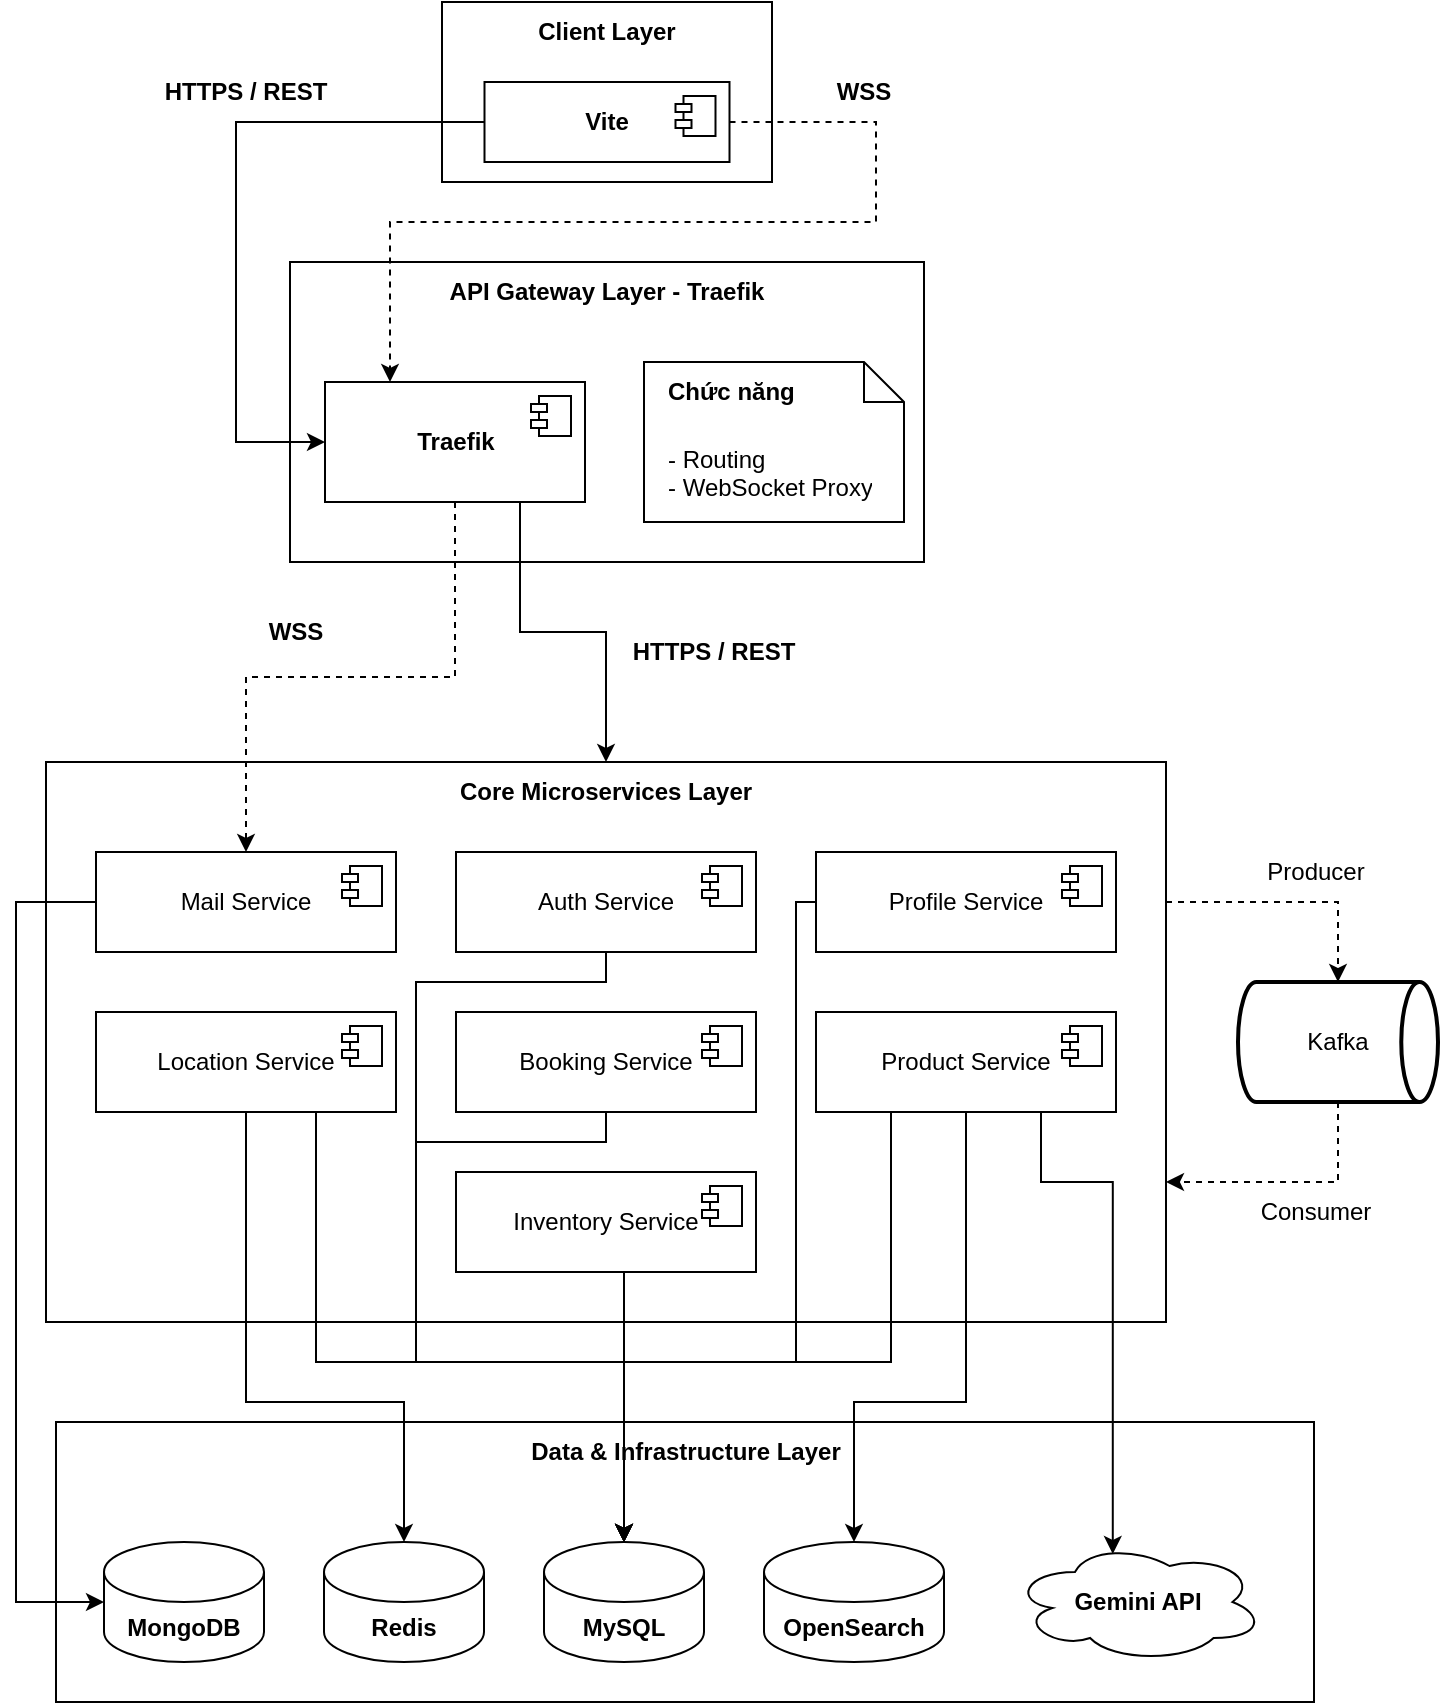
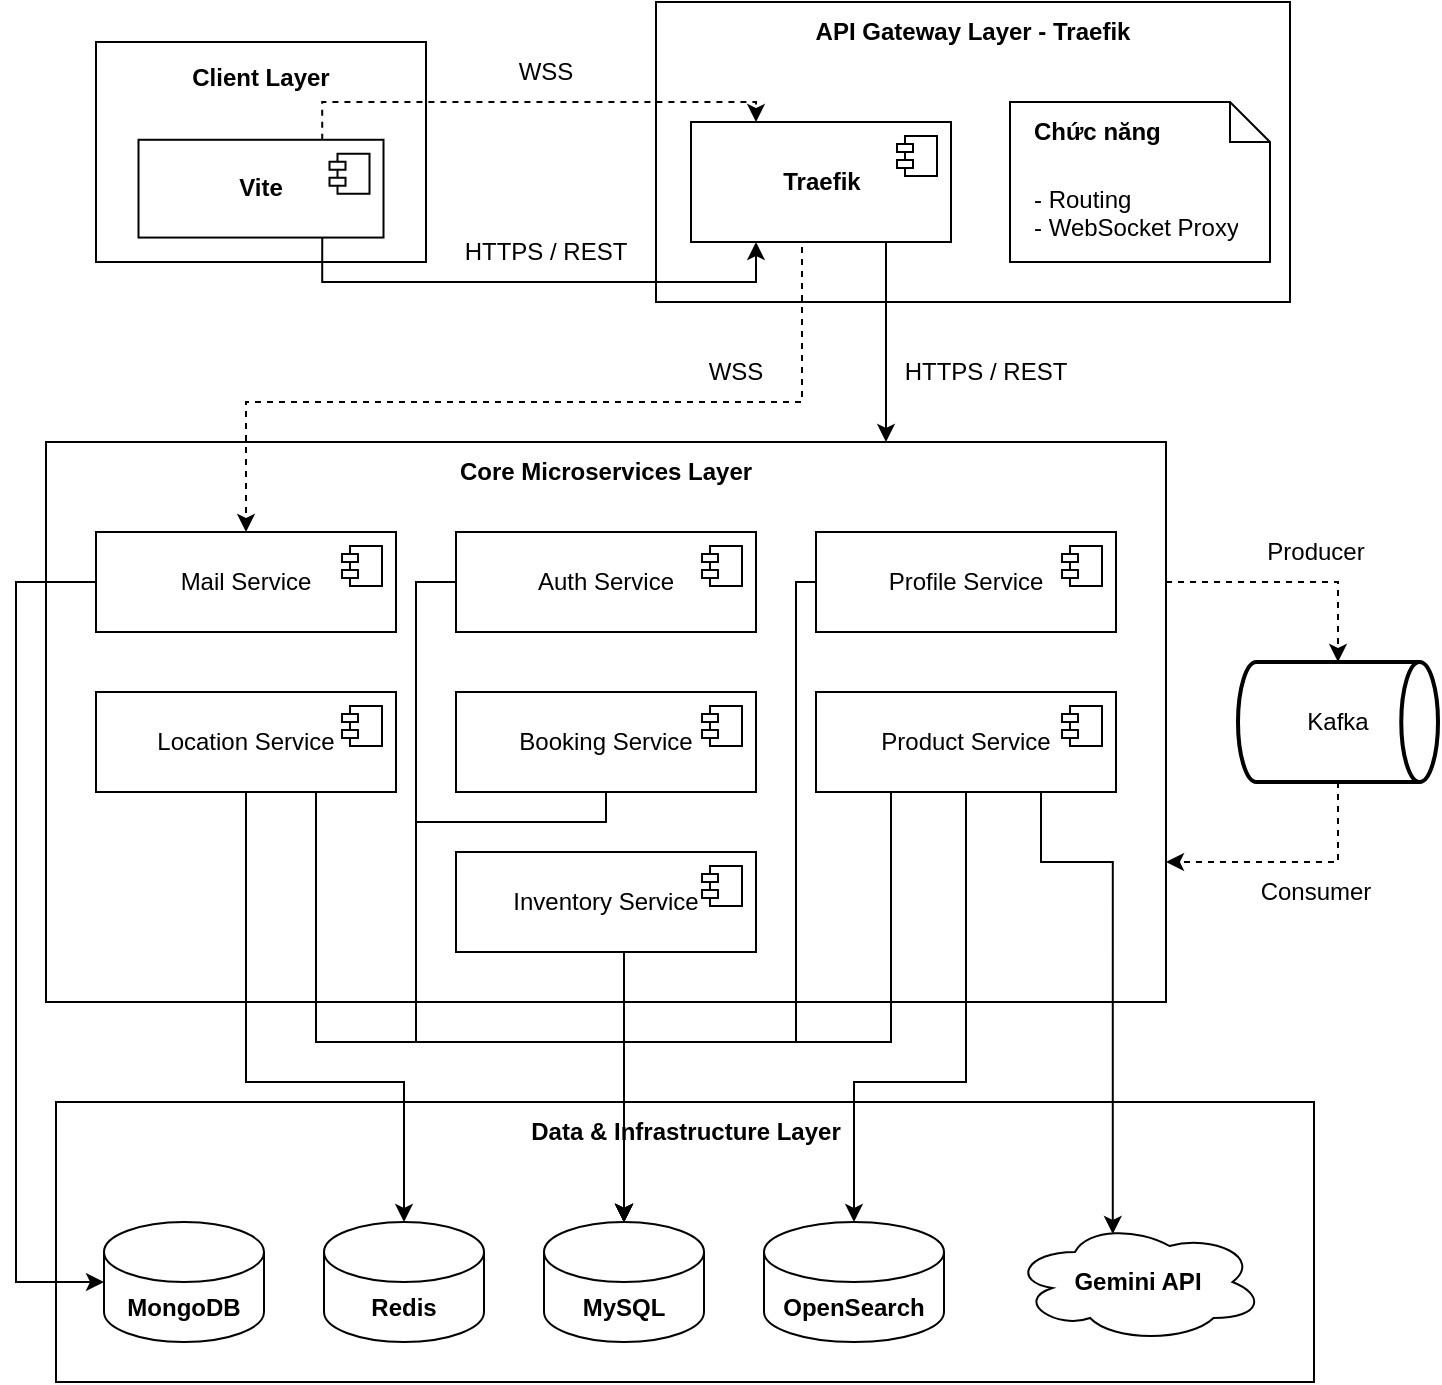
<mxfile host="app.diagrams.net">
  <diagram name="Page-1" id="1HV6nrDbPn8ue7VEjW4Q">
-     <mxGraphModel dx="1640" dy="897" grid="1" gridSize="10" guides="1" tooltips="1" connect="1" arrows="1" fold="1" page="1" pageScale="1" pageWidth="850" pageHeight="1100" math="0" shadow="0">
+     <mxGraphModel dx="1312" dy="717" grid="1" gridSize="10" guides="1" tooltips="1" connect="1" arrows="1" fold="1" page="1" pageScale="1" pageWidth="850" pageHeight="1100" math="0" shadow="0">
      <root>
        <mxCell id="0" />
        <mxCell id="1" parent="0" />
        <mxCell id="k4kWO8JlYGGEw5ssqChO-6" connectable="0" parent="1" style="group" value="" vertex="1">
-           <mxGeometry height="90" width="165" x="343" y="130" as="geometry" />
+           <mxGeometry height="110" width="165" x="170" y="310" as="geometry" />
        </mxCell>
        <mxCell id="k4kWO8JlYGGEw5ssqChO-2" parent="k4kWO8JlYGGEw5ssqChO-6" style="rounded=0;whiteSpace=wrap;html=1;" value="" vertex="1">
-           <mxGeometry height="90" width="165" as="geometry" />
+           <mxGeometry height="110.00000000000001" width="165" as="geometry" />
        </mxCell>
        <mxCell id="k4kWO8JlYGGEw5ssqChO-3" parent="k4kWO8JlYGGEw5ssqChO-6" style="text;html=1;whiteSpace=wrap;strokeColor=none;fillColor=none;align=center;verticalAlign=middle;rounded=0;fontStyle=1" value="Client Layer" vertex="1">
-           <mxGeometry height="30" width="165" as="geometry" />
+           <mxGeometry height="36.66666666666667" width="165" as="geometry" />
        </mxCell>
        <mxCell id="k4kWO8JlYGGEw5ssqChO-4" parent="k4kWO8JlYGGEw5ssqChO-6" style="html=1;dropTarget=0;whiteSpace=wrap;fontStyle=1" value="Vite" vertex="1">
-           <mxGeometry height="40" width="122.5" x="21.25" y="40" as="geometry" />
+           <mxGeometry height="48.88888888888889" width="122.5" x="21.25" y="48.88888888888889" as="geometry" />
        </mxCell>
        <mxCell id="k4kWO8JlYGGEw5ssqChO-5" parent="k4kWO8JlYGGEw5ssqChO-4" style="shape=module;jettyWidth=8;jettyHeight=4;" value="" vertex="1">
          <mxGeometry height="20" relative="1" width="20" x="1" as="geometry">
            <mxPoint x="-27" y="7" as="offset" />
          </mxGeometry>
        </mxCell>
        <mxCell id="k4kWO8JlYGGEw5ssqChO-18" connectable="0" parent="1" style="group;fontStyle=0" value="" vertex="1">
-           <mxGeometry height="150" width="317" x="267" y="260" as="geometry" />
+           <mxGeometry height="150" width="317" x="450" y="290" as="geometry" />
        </mxCell>
        <mxCell id="k4kWO8JlYGGEw5ssqChO-8" parent="k4kWO8JlYGGEw5ssqChO-18" style="rounded=0;whiteSpace=wrap;html=1;" value="" vertex="1">
          <mxGeometry height="150" width="317" as="geometry" />
        </mxCell>
        <mxCell id="k4kWO8JlYGGEw5ssqChO-9" parent="k4kWO8JlYGGEw5ssqChO-18" style="text;html=1;whiteSpace=wrap;strokeColor=none;fillColor=none;align=center;verticalAlign=middle;rounded=0;fontStyle=1" value="API Gateway Layer - Traefik" vertex="1">
          <mxGeometry height="30" width="317" as="geometry" />
        </mxCell>
        <mxCell id="k4kWO8JlYGGEw5ssqChO-10" parent="k4kWO8JlYGGEw5ssqChO-18" style="html=1;dropTarget=0;whiteSpace=wrap;fontStyle=1" value="Traefik" vertex="1">
          <mxGeometry height="60" width="130" x="17.5" y="60" as="geometry" />
        </mxCell>
        <mxCell id="k4kWO8JlYGGEw5ssqChO-11" parent="k4kWO8JlYGGEw5ssqChO-10" style="shape=module;jettyWidth=8;jettyHeight=4;" value="" vertex="1">
          <mxGeometry height="20" relative="1" width="20" x="1" as="geometry">
            <mxPoint x="-27" y="7" as="offset" />
          </mxGeometry>
        </mxCell>
        <mxCell id="k4kWO8JlYGGEw5ssqChO-17" connectable="0" parent="k4kWO8JlYGGEw5ssqChO-18" style="group" value="" vertex="1">
          <mxGeometry height="90" width="130" x="177" y="40" as="geometry" />
        </mxCell>
        <mxCell id="k4kWO8JlYGGEw5ssqChO-12" parent="k4kWO8JlYGGEw5ssqChO-17" style="shape=note;size=20;whiteSpace=wrap;html=1;" value="" vertex="1">
          <mxGeometry height="80" width="130" y="10" as="geometry" />
        </mxCell>
        <mxCell id="k4kWO8JlYGGEw5ssqChO-13" parent="k4kWO8JlYGGEw5ssqChO-17" style="text;html=1;whiteSpace=wrap;overflow=hidden;rounded=0;" value="&lt;h1 style=&quot;margin-top: 0px;&quot;&gt;&lt;font style=&quot;font-size: 12px;&quot;&gt;Chức năng&lt;/font&gt;&lt;/h1&gt;&lt;p&gt;- Routing&lt;br&gt;- WebSocket Proxy&lt;/p&gt;" vertex="1">
          <mxGeometry height="90" width="110" x="10" as="geometry" />
        </mxCell>
-         <mxCell id="k4kWO8JlYGGEw5ssqChO-19" edge="1" parent="1" source="k4kWO8JlYGGEw5ssqChO-4" style="edgeStyle=orthogonalEdgeStyle;rounded=0;orthogonalLoop=1;jettySize=auto;html=1;exitX=0;exitY=0.5;exitDx=0;exitDy=0;entryX=0;entryY=0.5;entryDx=0;entryDy=0;" target="k4kWO8JlYGGEw5ssqChO-10">
-           <mxGeometry relative="1" as="geometry">
-             <Array as="points">
-               <mxPoint x="240" y="190" />
-               <mxPoint x="240" y="350" />
-             </Array>
-           </mxGeometry>
-         </mxCell>
-         <mxCell id="k4kWO8JlYGGEw5ssqChO-20" edge="1" parent="1" source="k4kWO8JlYGGEw5ssqChO-4" style="edgeStyle=orthogonalEdgeStyle;rounded=0;orthogonalLoop=1;jettySize=auto;html=1;exitX=1;exitY=0.5;exitDx=0;exitDy=0;entryX=0.25;entryY=0;entryDx=0;entryDy=0;dashed=1;" target="k4kWO8JlYGGEw5ssqChO-10">
-           <mxGeometry relative="1" as="geometry">
-             <Array as="points">
-               <mxPoint x="560" y="190" />
-               <mxPoint x="560" y="240" />
-               <mxPoint x="317" y="240" />
-             </Array>
-           </mxGeometry>
-         </mxCell>
-         <mxCell id="k4kWO8JlYGGEw5ssqChO-21" parent="1" style="text;html=1;whiteSpace=wrap;strokeColor=none;fillColor=none;align=center;verticalAlign=middle;rounded=0;fontStyle=1" value="HTTPS / REST" vertex="1">
-           <mxGeometry height="30" width="90" x="200" y="160" as="geometry" />
-         </mxCell>
-         <mxCell id="k4kWO8JlYGGEw5ssqChO-22" parent="1" style="text;html=1;whiteSpace=wrap;strokeColor=none;fillColor=none;align=center;verticalAlign=middle;rounded=0;fontStyle=1" value="WSS" vertex="1">
-           <mxGeometry height="30" width="60" x="524" y="160" as="geometry" />
+         <mxCell id="k4kWO8JlYGGEw5ssqChO-21" parent="1" style="text;html=1;whiteSpace=wrap;strokeColor=none;fillColor=none;align=center;verticalAlign=middle;rounded=0;fontStyle=0" value="HTTPS / REST" vertex="1">
+           <mxGeometry height="30" width="90" x="350" y="400" as="geometry" />
+         </mxCell>
+         <mxCell id="k4kWO8JlYGGEw5ssqChO-22" parent="1" style="text;html=1;whiteSpace=wrap;strokeColor=none;fillColor=none;align=center;verticalAlign=middle;rounded=0;fontStyle=0" value="WSS" vertex="1">
+           <mxGeometry height="30" width="60" x="365" y="310" as="geometry" />
        </mxCell>
        <mxCell id="k4kWO8JlYGGEw5ssqChO-53" connectable="0" parent="1" style="group" value="" vertex="1">
          <mxGeometry height="280" width="560" x="145" y="510" as="geometry" />
        </mxCell>
        <mxCell id="k4kWO8JlYGGEw5ssqChO-33" parent="k4kWO8JlYGGEw5ssqChO-53" style="rounded=0;whiteSpace=wrap;html=1;" value="" vertex="1">
          <mxGeometry height="280" width="560" as="geometry" />
        </mxCell>
        <mxCell id="k4kWO8JlYGGEw5ssqChO-34" parent="k4kWO8JlYGGEw5ssqChO-53" style="text;html=1;whiteSpace=wrap;strokeColor=none;fillColor=none;align=center;verticalAlign=middle;rounded=0;fontStyle=1" value="Core Microservices Layer" vertex="1">
          <mxGeometry height="30" width="560" as="geometry" />
        </mxCell>
        <mxCell id="k4kWO8JlYGGEw5ssqChO-52" connectable="0" parent="k4kWO8JlYGGEw5ssqChO-53" style="group" value="" vertex="1">
          <mxGeometry height="210" width="510" x="25" y="45" as="geometry" />
        </mxCell>
        <mxCell id="k4kWO8JlYGGEw5ssqChO-35" parent="k4kWO8JlYGGEw5ssqChO-52" style="html=1;dropTarget=0;whiteSpace=wrap;" value="Auth Service" vertex="1">
          <mxGeometry height="50" width="150" x="180" as="geometry" />
        </mxCell>
        <mxCell id="k4kWO8JlYGGEw5ssqChO-36" parent="k4kWO8JlYGGEw5ssqChO-35" style="shape=module;jettyWidth=8;jettyHeight=4;" value="" vertex="1">
          <mxGeometry height="20" relative="1" width="20" x="1" as="geometry">
            <mxPoint x="-27" y="7" as="offset" />
          </mxGeometry>
        </mxCell>
        <mxCell id="k4kWO8JlYGGEw5ssqChO-37" parent="k4kWO8JlYGGEw5ssqChO-52" style="html=1;dropTarget=0;whiteSpace=wrap;" value="Profile Service" vertex="1">
          <mxGeometry height="50" width="150" x="360" as="geometry" />
        </mxCell>
        <mxCell id="k4kWO8JlYGGEw5ssqChO-38" parent="k4kWO8JlYGGEw5ssqChO-37" style="shape=module;jettyWidth=8;jettyHeight=4;" value="" vertex="1">
          <mxGeometry height="20" relative="1" width="20" x="1" as="geometry">
            <mxPoint x="-27" y="7" as="offset" />
          </mxGeometry>
        </mxCell>
        <mxCell id="k4kWO8JlYGGEw5ssqChO-39" parent="k4kWO8JlYGGEw5ssqChO-52" style="html=1;dropTarget=0;whiteSpace=wrap;" value="Mail Service" vertex="1">
          <mxGeometry height="50" width="150" as="geometry" />
        </mxCell>
        <mxCell id="k4kWO8JlYGGEw5ssqChO-40" parent="k4kWO8JlYGGEw5ssqChO-39" style="shape=module;jettyWidth=8;jettyHeight=4;" value="" vertex="1">
          <mxGeometry height="20" relative="1" width="20" x="1" as="geometry">
            <mxPoint x="-27" y="7" as="offset" />
          </mxGeometry>
        </mxCell>
        <mxCell id="k4kWO8JlYGGEw5ssqChO-41" parent="k4kWO8JlYGGEw5ssqChO-52" style="html=1;dropTarget=0;whiteSpace=wrap;" value="Location Service" vertex="1">
          <mxGeometry height="50" width="150" y="80" as="geometry" />
        </mxCell>
        <mxCell id="k4kWO8JlYGGEw5ssqChO-42" parent="k4kWO8JlYGGEw5ssqChO-41" style="shape=module;jettyWidth=8;jettyHeight=4;" value="" vertex="1">
          <mxGeometry height="20" relative="1" width="20" x="1" as="geometry">
            <mxPoint x="-27" y="7" as="offset" />
          </mxGeometry>
        </mxCell>
        <mxCell id="k4kWO8JlYGGEw5ssqChO-43" parent="k4kWO8JlYGGEw5ssqChO-52" style="html=1;dropTarget=0;whiteSpace=wrap;" value="Product Service" vertex="1">
          <mxGeometry height="50" width="150" x="360" y="80" as="geometry" />
        </mxCell>
        <mxCell id="k4kWO8JlYGGEw5ssqChO-44" parent="k4kWO8JlYGGEw5ssqChO-43" style="shape=module;jettyWidth=8;jettyHeight=4;" value="" vertex="1">
          <mxGeometry height="20" relative="1" width="20" x="1" as="geometry">
            <mxPoint x="-27" y="7" as="offset" />
          </mxGeometry>
        </mxCell>
        <mxCell id="k4kWO8JlYGGEw5ssqChO-45" parent="k4kWO8JlYGGEw5ssqChO-52" style="html=1;dropTarget=0;whiteSpace=wrap;" value="Booking Service" vertex="1">
          <mxGeometry height="50" width="150" x="180" y="80" as="geometry" />
        </mxCell>
        <mxCell id="k4kWO8JlYGGEw5ssqChO-46" parent="k4kWO8JlYGGEw5ssqChO-45" style="shape=module;jettyWidth=8;jettyHeight=4;" value="" vertex="1">
          <mxGeometry height="20" relative="1" width="20" x="1" as="geometry">
            <mxPoint x="-27" y="7" as="offset" />
          </mxGeometry>
        </mxCell>
        <mxCell id="k4kWO8JlYGGEw5ssqChO-50" parent="k4kWO8JlYGGEw5ssqChO-52" style="html=1;dropTarget=0;whiteSpace=wrap;" value="Inventory Service" vertex="1">
          <mxGeometry height="50" width="150" x="180" y="160" as="geometry" />
        </mxCell>
        <mxCell id="k4kWO8JlYGGEw5ssqChO-51" parent="k4kWO8JlYGGEw5ssqChO-50" style="shape=module;jettyWidth=8;jettyHeight=4;" value="" vertex="1">
          <mxGeometry height="20" relative="1" width="20" x="1" as="geometry">
            <mxPoint x="-27" y="7" as="offset" />
          </mxGeometry>
        </mxCell>
-         <mxCell id="k4kWO8JlYGGEw5ssqChO-59" edge="1" parent="1" source="k4kWO8JlYGGEw5ssqChO-10" style="edgeStyle=orthogonalEdgeStyle;rounded=0;orthogonalLoop=1;jettySize=auto;html=1;exitX=0.75;exitY=1;exitDx=0;exitDy=0;entryX=0.5;entryY=0;entryDx=0;entryDy=0;" target="k4kWO8JlYGGEw5ssqChO-34">
+         <mxCell id="k4kWO8JlYGGEw5ssqChO-59" edge="1" parent="1" source="k4kWO8JlYGGEw5ssqChO-10" style="edgeStyle=orthogonalEdgeStyle;rounded=0;orthogonalLoop=1;jettySize=auto;html=1;exitX=0.75;exitY=1;exitDx=0;exitDy=0;entryX=0.75;entryY=0;entryDx=0;entryDy=0;" target="k4kWO8JlYGGEw5ssqChO-34">
          <mxGeometry relative="1" as="geometry" />
        </mxCell>
        <mxCell id="k4kWO8JlYGGEw5ssqChO-60" edge="1" parent="1" source="k4kWO8JlYGGEw5ssqChO-10" style="edgeStyle=orthogonalEdgeStyle;rounded=0;orthogonalLoop=1;jettySize=auto;html=1;exitX=0.5;exitY=1;exitDx=0;exitDy=0;entryX=0.5;entryY=0;entryDx=0;entryDy=0;dashed=1;" target="k4kWO8JlYGGEw5ssqChO-39">
-           <mxGeometry relative="1" as="geometry" />
-         </mxCell>
-         <mxCell id="k4kWO8JlYGGEw5ssqChO-61" parent="1" style="text;html=1;whiteSpace=wrap;strokeColor=none;fillColor=none;align=center;verticalAlign=middle;rounded=0;fontStyle=1" value="HTTPS / REST" vertex="1">
-           <mxGeometry height="30" width="90" x="434" y="440" as="geometry" />
-         </mxCell>
-         <mxCell id="k4kWO8JlYGGEw5ssqChO-62" parent="1" style="text;html=1;whiteSpace=wrap;strokeColor=none;fillColor=none;align=center;verticalAlign=middle;rounded=0;fontStyle=1" value="WSS" vertex="1">
-           <mxGeometry height="30" width="60" x="240" y="430" as="geometry" />
+           <mxGeometry relative="1" as="geometry">
+             <Array as="points">
+               <mxPoint x="523" y="410" />
+               <mxPoint x="523" y="490" />
+               <mxPoint x="245" y="490" />
+             </Array>
+           </mxGeometry>
+         </mxCell>
+         <mxCell id="k4kWO8JlYGGEw5ssqChO-61" parent="1" style="text;html=1;whiteSpace=wrap;strokeColor=none;fillColor=none;align=center;verticalAlign=middle;rounded=0;fontStyle=0" value="HTTPS / REST" vertex="1">
+           <mxGeometry height="30" width="90" x="570" y="460" as="geometry" />
+         </mxCell>
+         <mxCell id="k4kWO8JlYGGEw5ssqChO-62" parent="1" style="text;html=1;whiteSpace=wrap;strokeColor=none;fillColor=none;align=center;verticalAlign=middle;rounded=0;fontStyle=0" value="WSS" vertex="1">
+           <mxGeometry height="30" width="60" x="460" y="460" as="geometry" />
        </mxCell>
        <mxCell id="k4kWO8JlYGGEw5ssqChO-73" connectable="0" parent="1" style="group" value="" vertex="1">
          <mxGeometry height="140" width="630" x="150" y="840" as="geometry" />
        </mxCell>
        <mxCell id="k4kWO8JlYGGEw5ssqChO-71" parent="k4kWO8JlYGGEw5ssqChO-73" style="whiteSpace=wrap;html=1;" value="" vertex="1">
          <mxGeometry height="140" width="629" as="geometry" />
        </mxCell>
        <mxCell id="k4kWO8JlYGGEw5ssqChO-72" connectable="0" parent="k4kWO8JlYGGEw5ssqChO-73" style="group" value="" vertex="1">
          <mxGeometry height="60" width="580" x="24" y="60" as="geometry" />
        </mxCell>
        <mxCell id="k4kWO8JlYGGEw5ssqChO-68" parent="k4kWO8JlYGGEw5ssqChO-72" style="shape=cylinder3;whiteSpace=wrap;html=1;boundedLbl=1;backgroundOutline=1;size=15;fontStyle=1" value="MySQL" vertex="1">
          <mxGeometry height="60" width="80" x="220" as="geometry" />
        </mxCell>
        <mxCell id="k4kWO8JlYGGEw5ssqChO-69" parent="k4kWO8JlYGGEw5ssqChO-72" style="shape=cylinder3;whiteSpace=wrap;html=1;boundedLbl=1;backgroundOutline=1;size=15;fontStyle=1" value="OpenSearch" vertex="1">
          <mxGeometry height="60" width="90" x="330" as="geometry" />
        </mxCell>
        <mxCell id="k4kWO8JlYGGEw5ssqChO-64" parent="k4kWO8JlYGGEw5ssqChO-72" style="ellipse;shape=cloud;whiteSpace=wrap;html=1;fontStyle=1" value="Gemini API" vertex="1">
          <mxGeometry height="60" width="126.02" x="453.98" as="geometry" />
        </mxCell>
        <mxCell id="k4kWO8JlYGGEw5ssqChO-67" parent="k4kWO8JlYGGEw5ssqChO-72" style="shape=cylinder3;whiteSpace=wrap;html=1;boundedLbl=1;backgroundOutline=1;size=15;fontStyle=1" value="Redis" vertex="1">
          <mxGeometry height="60" width="80" x="110" as="geometry" />
        </mxCell>
        <mxCell id="k4kWO8JlYGGEw5ssqChO-65" parent="k4kWO8JlYGGEw5ssqChO-72" style="shape=cylinder3;whiteSpace=wrap;html=1;boundedLbl=1;backgroundOutline=1;size=15;fontStyle=1" value="MongoDB" vertex="1">
          <mxGeometry height="60" width="80" as="geometry" />
        </mxCell>
        <mxCell id="k4kWO8JlYGGEw5ssqChO-85" parent="k4kWO8JlYGGEw5ssqChO-73" style="text;html=1;whiteSpace=wrap;strokeColor=none;fillColor=none;align=center;verticalAlign=middle;rounded=0;fontStyle=1" value="&lt;p dir=&quot;auto&quot; style=&quot;white-space: pre-wrap;&quot;&gt;Data &amp;amp; Infrastructure Layer&lt;/p&gt;" vertex="1">
          <mxGeometry height="30" width="630" as="geometry" />
        </mxCell>
        <mxCell id="k4kWO8JlYGGEw5ssqChO-74" edge="1" parent="1" source="k4kWO8JlYGGEw5ssqChO-43" style="rounded=0;orthogonalLoop=1;jettySize=auto;html=1;exitX=0.75;exitY=1;exitDx=0;exitDy=0;entryX=0.4;entryY=0.1;entryDx=0;entryDy=0;entryPerimeter=0;edgeStyle=orthogonalEdgeStyle;" target="k4kWO8JlYGGEw5ssqChO-64">
          <mxGeometry relative="1" as="geometry">
            <Array as="points">
              <mxPoint x="643" y="720" />
              <mxPoint x="678" y="720" />
            </Array>
          </mxGeometry>
        </mxCell>
        <mxCell id="k4kWO8JlYGGEw5ssqChO-75" edge="1" parent="1" source="k4kWO8JlYGGEw5ssqChO-43" style="rounded=0;orthogonalLoop=1;jettySize=auto;html=1;exitX=0.5;exitY=1;exitDx=0;exitDy=0;entryX=0.5;entryY=0;entryDx=0;entryDy=0;entryPerimeter=0;edgeStyle=orthogonalEdgeStyle;" target="k4kWO8JlYGGEw5ssqChO-69">
          <mxGeometry relative="1" as="geometry">
            <Array as="points">
              <mxPoint x="605" y="830" />
              <mxPoint x="549" y="830" />
            </Array>
          </mxGeometry>
        </mxCell>
        <mxCell id="k4kWO8JlYGGEw5ssqChO-76" edge="1" parent="1" source="k4kWO8JlYGGEw5ssqChO-43" style="edgeStyle=orthogonalEdgeStyle;rounded=0;orthogonalLoop=1;jettySize=auto;html=1;exitX=0.25;exitY=1;exitDx=0;exitDy=0;entryX=0.5;entryY=0;entryDx=0;entryDy=0;entryPerimeter=0;" target="k4kWO8JlYGGEw5ssqChO-68">
          <mxGeometry relative="1" as="geometry">
            <Array as="points">
              <mxPoint x="568" y="810" />
              <mxPoint x="434" y="810" />
            </Array>
          </mxGeometry>
        </mxCell>
        <mxCell id="k4kWO8JlYGGEw5ssqChO-77" edge="1" parent="1" source="k4kWO8JlYGGEw5ssqChO-37" style="edgeStyle=orthogonalEdgeStyle;rounded=0;orthogonalLoop=1;jettySize=auto;html=1;exitX=0;exitY=0.5;exitDx=0;exitDy=0;entryX=0.5;entryY=0;entryDx=0;entryDy=0;entryPerimeter=0;" target="k4kWO8JlYGGEw5ssqChO-68">
          <mxGeometry relative="1" as="geometry">
            <Array as="points">
              <mxPoint x="520" y="580" />
              <mxPoint x="520" y="810" />
              <mxPoint x="434" y="810" />
            </Array>
          </mxGeometry>
        </mxCell>
        <mxCell id="k4kWO8JlYGGEw5ssqChO-78" edge="1" parent="1" source="k4kWO8JlYGGEw5ssqChO-50" style="edgeStyle=orthogonalEdgeStyle;rounded=0;orthogonalLoop=1;jettySize=auto;html=1;exitX=0.5;exitY=1;exitDx=0;exitDy=0;entryX=0.5;entryY=0;entryDx=0;entryDy=0;entryPerimeter=0;" target="k4kWO8JlYGGEw5ssqChO-68">
          <mxGeometry relative="1" as="geometry">
            <Array as="points">
              <mxPoint x="434" y="765" />
            </Array>
          </mxGeometry>
        </mxCell>
        <mxCell id="k4kWO8JlYGGEw5ssqChO-79" edge="1" parent="1" source="k4kWO8JlYGGEw5ssqChO-45" style="edgeStyle=orthogonalEdgeStyle;rounded=0;orthogonalLoop=1;jettySize=auto;html=1;exitX=0.5;exitY=1;exitDx=0;exitDy=0;entryX=0.5;entryY=0;entryDx=0;entryDy=0;entryPerimeter=0;" target="k4kWO8JlYGGEw5ssqChO-68">
          <mxGeometry relative="1" as="geometry">
            <Array as="points">
              <mxPoint x="425" y="700" />
              <mxPoint x="330" y="700" />
              <mxPoint x="330" y="810" />
              <mxPoint x="434" y="810" />
            </Array>
          </mxGeometry>
        </mxCell>
-         <mxCell id="k4kWO8JlYGGEw5ssqChO-81" edge="1" parent="1" source="k4kWO8JlYGGEw5ssqChO-35" style="edgeStyle=orthogonalEdgeStyle;rounded=0;orthogonalLoop=1;jettySize=auto;html=1;exitX=0.5;exitY=1;exitDx=0;exitDy=0;entryX=0.5;entryY=0;entryDx=0;entryDy=0;entryPerimeter=0;" target="k4kWO8JlYGGEw5ssqChO-68">
-           <mxGeometry relative="1" as="geometry">
-             <Array as="points">
-               <mxPoint x="425" y="620" />
-               <mxPoint x="330" y="620" />
+         <mxCell id="k4kWO8JlYGGEw5ssqChO-81" edge="1" parent="1" source="k4kWO8JlYGGEw5ssqChO-35" style="edgeStyle=orthogonalEdgeStyle;rounded=0;orthogonalLoop=1;jettySize=auto;html=1;exitX=0;exitY=0.5;exitDx=0;exitDy=0;entryX=0.5;entryY=0;entryDx=0;entryDy=0;entryPerimeter=0;" target="k4kWO8JlYGGEw5ssqChO-68">
+           <mxGeometry relative="1" as="geometry">
+             <Array as="points">
+               <mxPoint x="330" y="580" />
              <mxPoint x="330" y="810" />
              <mxPoint x="434" y="810" />
            </Array>
          </mxGeometry>
        </mxCell>
        <mxCell id="k4kWO8JlYGGEw5ssqChO-82" edge="1" parent="1" source="k4kWO8JlYGGEw5ssqChO-41" style="edgeStyle=orthogonalEdgeStyle;rounded=0;orthogonalLoop=1;jettySize=auto;html=1;exitX=0.75;exitY=1;exitDx=0;exitDy=0;entryX=0.5;entryY=0;entryDx=0;entryDy=0;entryPerimeter=0;" target="k4kWO8JlYGGEw5ssqChO-68">
          <mxGeometry relative="1" as="geometry">
            <Array as="points">
              <mxPoint x="280" y="685" />
              <mxPoint x="280" y="810" />
              <mxPoint x="434" y="810" />
            </Array>
          </mxGeometry>
        </mxCell>
        <mxCell id="k4kWO8JlYGGEw5ssqChO-83" edge="1" parent="1" source="k4kWO8JlYGGEw5ssqChO-41" style="edgeStyle=orthogonalEdgeStyle;rounded=0;orthogonalLoop=1;jettySize=auto;html=1;exitX=0.5;exitY=1;exitDx=0;exitDy=0;entryX=0.5;entryY=0;entryDx=0;entryDy=0;entryPerimeter=0;" target="k4kWO8JlYGGEw5ssqChO-67">
          <mxGeometry relative="1" as="geometry">
            <Array as="points">
              <mxPoint x="245" y="830" />
              <mxPoint x="324" y="830" />
            </Array>
          </mxGeometry>
        </mxCell>
        <mxCell id="k4kWO8JlYGGEw5ssqChO-84" edge="1" parent="1" source="k4kWO8JlYGGEw5ssqChO-39" style="edgeStyle=orthogonalEdgeStyle;rounded=0;orthogonalLoop=1;jettySize=auto;html=1;exitX=0;exitY=0.5;exitDx=0;exitDy=0;entryX=0;entryY=0.5;entryDx=0;entryDy=0;entryPerimeter=0;" target="k4kWO8JlYGGEw5ssqChO-65">
          <mxGeometry relative="1" as="geometry">
            <Array as="points">
              <mxPoint x="130" y="580" />
              <mxPoint x="130" y="930" />
            </Array>
          </mxGeometry>
        </mxCell>
        <mxCell id="k4kWO8JlYGGEw5ssqChO-88" edge="1" parent="1" source="k4kWO8JlYGGEw5ssqChO-86" style="edgeStyle=orthogonalEdgeStyle;rounded=0;orthogonalLoop=1;jettySize=auto;html=1;exitX=0.5;exitY=1;exitDx=0;exitDy=0;exitPerimeter=0;entryX=1;entryY=0.75;entryDx=0;entryDy=0;dashed=1;" target="k4kWO8JlYGGEw5ssqChO-33">
          <mxGeometry relative="1" as="geometry">
            <Array as="points">
              <mxPoint x="791" y="720" />
            </Array>
          </mxGeometry>
        </mxCell>
        <mxCell id="k4kWO8JlYGGEw5ssqChO-86" parent="1" style="strokeWidth=2;html=1;shape=mxgraph.flowchart.direct_data;whiteSpace=wrap;" value="Kafka" vertex="1">
          <mxGeometry height="60" width="100" x="741" y="620" as="geometry" />
        </mxCell>
        <mxCell id="k4kWO8JlYGGEw5ssqChO-87" edge="1" parent="1" source="k4kWO8JlYGGEw5ssqChO-33" style="edgeStyle=orthogonalEdgeStyle;rounded=0;orthogonalLoop=1;jettySize=auto;html=1;exitX=1;exitY=0.25;exitDx=0;exitDy=0;entryX=0.5;entryY=0;entryDx=0;entryDy=0;entryPerimeter=0;dashed=1;" target="k4kWO8JlYGGEw5ssqChO-86">
          <mxGeometry relative="1" as="geometry">
            <Array as="points">
              <mxPoint x="791" y="580" />
            </Array>
          </mxGeometry>
        </mxCell>
        <mxCell id="k4kWO8JlYGGEw5ssqChO-89" parent="1" style="text;html=1;whiteSpace=wrap;strokeColor=none;fillColor=none;align=center;verticalAlign=middle;rounded=0;" value="Producer" vertex="1">
          <mxGeometry height="30" width="60" x="750" y="550" as="geometry" />
        </mxCell>
        <mxCell id="k4kWO8JlYGGEw5ssqChO-90" parent="1" style="text;html=1;whiteSpace=wrap;strokeColor=none;fillColor=none;align=center;verticalAlign=middle;rounded=0;" value="Consumer" vertex="1">
          <mxGeometry height="30" width="60" x="750" y="720" as="geometry" />
+         </mxCell>
+         <mxCell id="y1jE5EqJ6giziG1CP5q4-2" edge="1" parent="1" source="k4kWO8JlYGGEw5ssqChO-4" style="edgeStyle=orthogonalEdgeStyle;rounded=0;orthogonalLoop=1;jettySize=auto;html=1;exitX=0.75;exitY=1;exitDx=0;exitDy=0;entryX=0.25;entryY=1;entryDx=0;entryDy=0;" target="k4kWO8JlYGGEw5ssqChO-10">
+           <mxGeometry relative="1" as="geometry">
+             <Array as="points">
+               <mxPoint x="303" y="430" />
+               <mxPoint x="490" y="430" />
+             </Array>
+           </mxGeometry>
+         </mxCell>
+         <mxCell id="y1jE5EqJ6giziG1CP5q4-3" edge="1" parent="1" source="k4kWO8JlYGGEw5ssqChO-4" style="edgeStyle=orthogonalEdgeStyle;rounded=0;orthogonalLoop=1;jettySize=auto;html=1;exitX=0.75;exitY=0;exitDx=0;exitDy=0;entryX=0.25;entryY=0;entryDx=0;entryDy=0;dashed=1;" target="k4kWO8JlYGGEw5ssqChO-10">
+           <mxGeometry relative="1" as="geometry">
+             <Array as="points">
+               <mxPoint x="303" y="340" />
+               <mxPoint x="490" y="340" />
+             </Array>
+           </mxGeometry>
        </mxCell>
      </root>
    </mxGraphModel>
  </diagram>
</mxfile>
